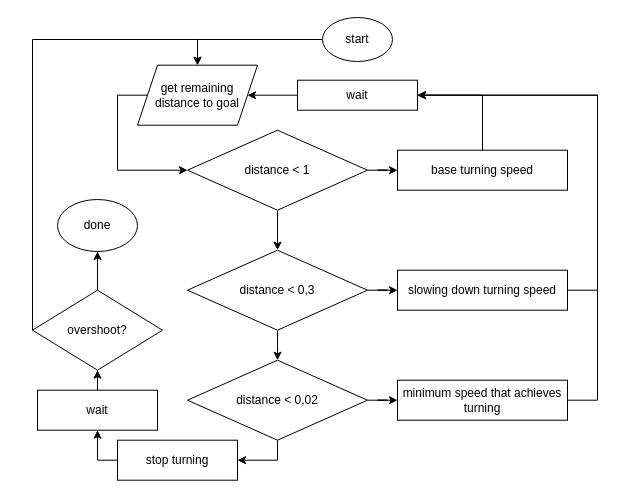
xonder05/ROS2_For_Adeept_AWR keeps this draw.io diagram as doc/other-files/precise_turning.drawio. Above is the earlier version. Source tidied: cells renumbered, new cells numbered last; positions are measured from the earlier drawing's top-left corner, leaving out a move shared by most shapes. Both pictures are drawn from the tidied source at 100%, with x=0, y=0 at pixel (32, 17).
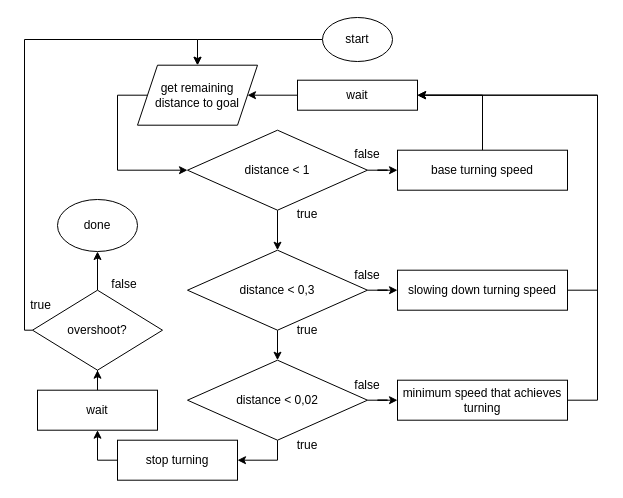
Above is the later version.

The change refers to these unchanged cells:
```xml
<mxCell id="3" value="get remaining distance to goal" style="shape=parallelogram;perimeter=parallelogramPerimeter;whiteSpace=wrap;html=1;fixedSize=1;" parent="1" vertex="1">
  <mxGeometry x="105" y="47.7" width="120" height="60" as="geometry" />
</mxCell>
<mxCell id="27" value="overshoot?" style="rhombus;whiteSpace=wrap;html=1;" parent="1" vertex="1">
  <mxGeometry y="272.7" width="130" height="80" as="geometry" />
</mxCell>
```

What changed in the source:
```diff
@@
     <mxCell id="26" style="edgeStyle=orthogonalEdgeStyle;rounded=0;jettySize=auto;html=1;entryX=0.5;entryY=0;entryDx=0;entryDy=0;exitX=0;exitY=0.5;exitDx=0;exitDy=0;" parent="1" edge="1" source="27" target="3">
       <mxGeometry relative="1" as="geometry">
         <Array as="points">
-          <mxPoint y="22" />
+          <mxPoint x="-8" y="313" />
+          <mxPoint x="-8" y="22" />
           <mxPoint x="165" y="22" />
         </Array>
       </mxGeometry>
     </mxCell>
@@
+    <mxCell id="31" value="true" style="text;html=1;align=center;verticalAlign=middle;whiteSpace=wrap;rounded=0;" parent="1" vertex="1">
+      <mxGeometry x="245" y="182" width="60" height="30" as="geometry" />
+    </mxCell>
+    <mxCell id="32" value="false" style="text;html=1;align=center;verticalAlign=middle;whiteSpace=wrap;rounded=0;" parent="1" vertex="1">
+      <mxGeometry x="305" y="122" width="60" height="30" as="geometry" />
+    </mxCell>
+    <mxCell id="33" value="false" style="text;html=1;align=center;verticalAlign=middle;whiteSpace=wrap;rounded=0;" parent="1" vertex="1">
+      <mxGeometry x="305" y="242.7" width="60" height="30" as="geometry" />
+    </mxCell>
+    <mxCell id="34" value="false" style="text;html=1;align=center;verticalAlign=middle;whiteSpace=wrap;rounded=0;" parent="1" vertex="1">
+      <mxGeometry x="305" y="352.7" width="60" height="30" as="geometry" />
+    </mxCell>
+    <mxCell id="35" value="true" style="text;html=1;align=center;verticalAlign=middle;whiteSpace=wrap;rounded=0;" parent="1" vertex="1">
+      <mxGeometry x="245" y="297.7" width="60" height="30" as="geometry" />
+    </mxCell>
+    <mxCell id="36" value="true" style="text;html=1;align=center;verticalAlign=middle;whiteSpace=wrap;rounded=0;" parent="1" vertex="1">
+      <mxGeometry x="245" y="412.7" width="60" height="30" as="geometry" />
+    </mxCell>
+    <mxCell id="37" value="true" style="text;html=1;align=center;verticalAlign=middle;whiteSpace=wrap;rounded=0;" parent="1" vertex="1">
+      <mxGeometry x="-8" y="272.7" width="33" height="30" as="geometry" />
+    </mxCell>
+    <mxCell id="38" value="false" style="text;html=1;align=center;verticalAlign=middle;whiteSpace=wrap;rounded=0;" parent="1" vertex="1">
+      <mxGeometry x="62" y="252.7" width="60" height="29.3" as="geometry" />
+    </mxCell>
```
